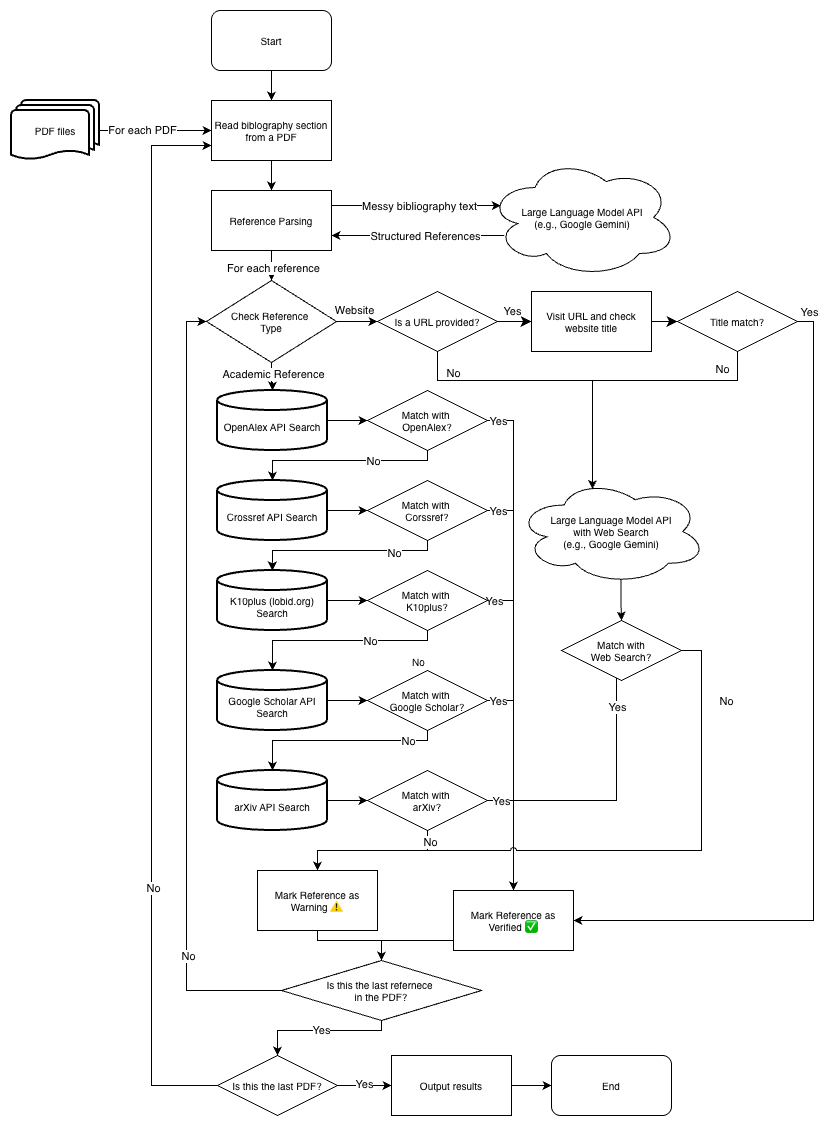
Before: images/flowchart.drawio.png, a diagram exported from draw.io (ykangw/VeriExCiting). Source tidied: cells renumbered, new cells last; positions are measured from the earlier drawing's top-left corner, leaving out a move shared by most shapes.
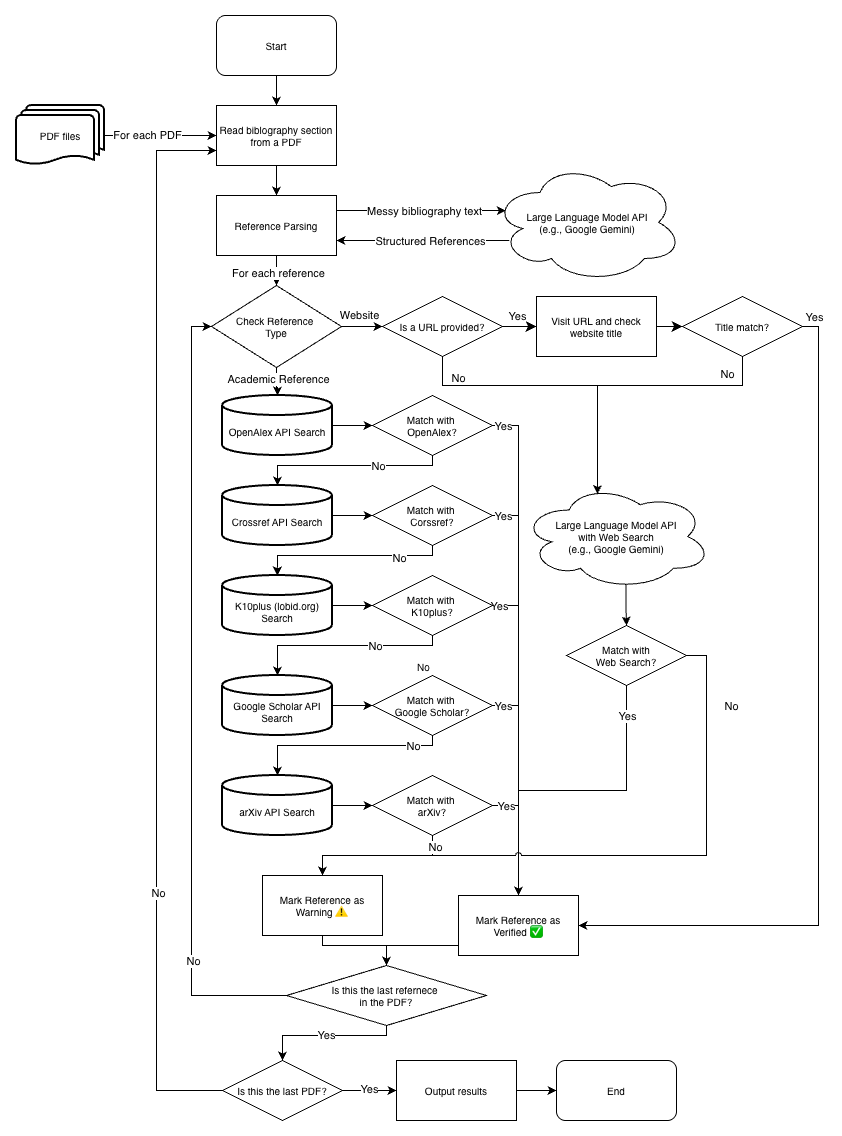
After the commit.

Diff of the diagram source:
```diff
@@ -228,13 +228,8 @@
         <mxPoint x="22" y="-112" as="offset" />
       </mxGeometry>
     </mxCell>
-    <mxCell id="55" style="edgeStyle=orthogonalEdgeStyle;rounded=0;jettySize=auto;html=1;entryX=0.5;entryY=0;entryDx=0;entryDy=0;" parent="1" edge="1" source="57" target="48">
-      <mxGeometry relative="1" as="geometry">
-        <Array as="points">
-          <mxPoint x="605" y="790" />
-          <mxPoint x="502" y="790" />
-        </Array>
-      </mxGeometry>
+    <mxCell id="55" style="edgeStyle=orthogonalEdgeStyle;rounded=0;jettySize=auto;html=1;entryX=0.5;entryY=0;entryDx=0;entryDy=0;exitX=0.5;exitY=1;exitDx=0;exitDy=0;" parent="1" edge="1" source="57" target="48">
+      <mxGeometry relative="1" as="geometry" />
     </mxCell>
     <mxCell id="56" value="Yes" style="edgeLabel;html=1;align=center;verticalAlign=middle;" parent="55" vertex="1">
       <mxGeometry x="-0.76" relative="1" as="geometry">
```
